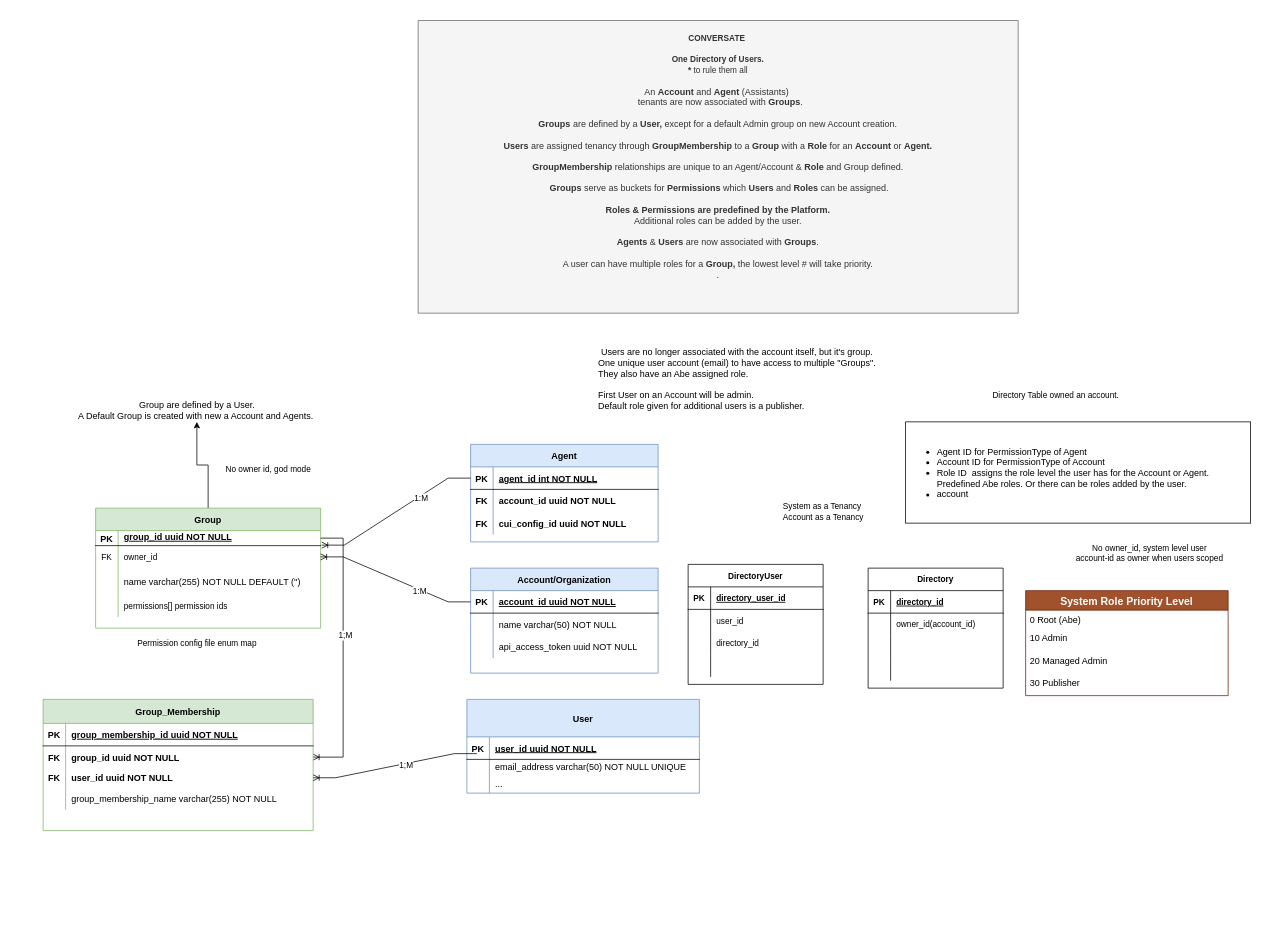
toyabeai/diagrams keeps this draw.io diagram as page "FinalDiagram" (1 of 6) of Untitled Diagram.drawio. Above is the earlier version. Source tidied: cells renumbered, new cells numbered last; positions are measured from the earlier drawing's top-left corner, leaving out a move shared by most shapes. Both pictures are drawn from the tidied source at 75%, with x=0, y=0 at pixel (43, 20).
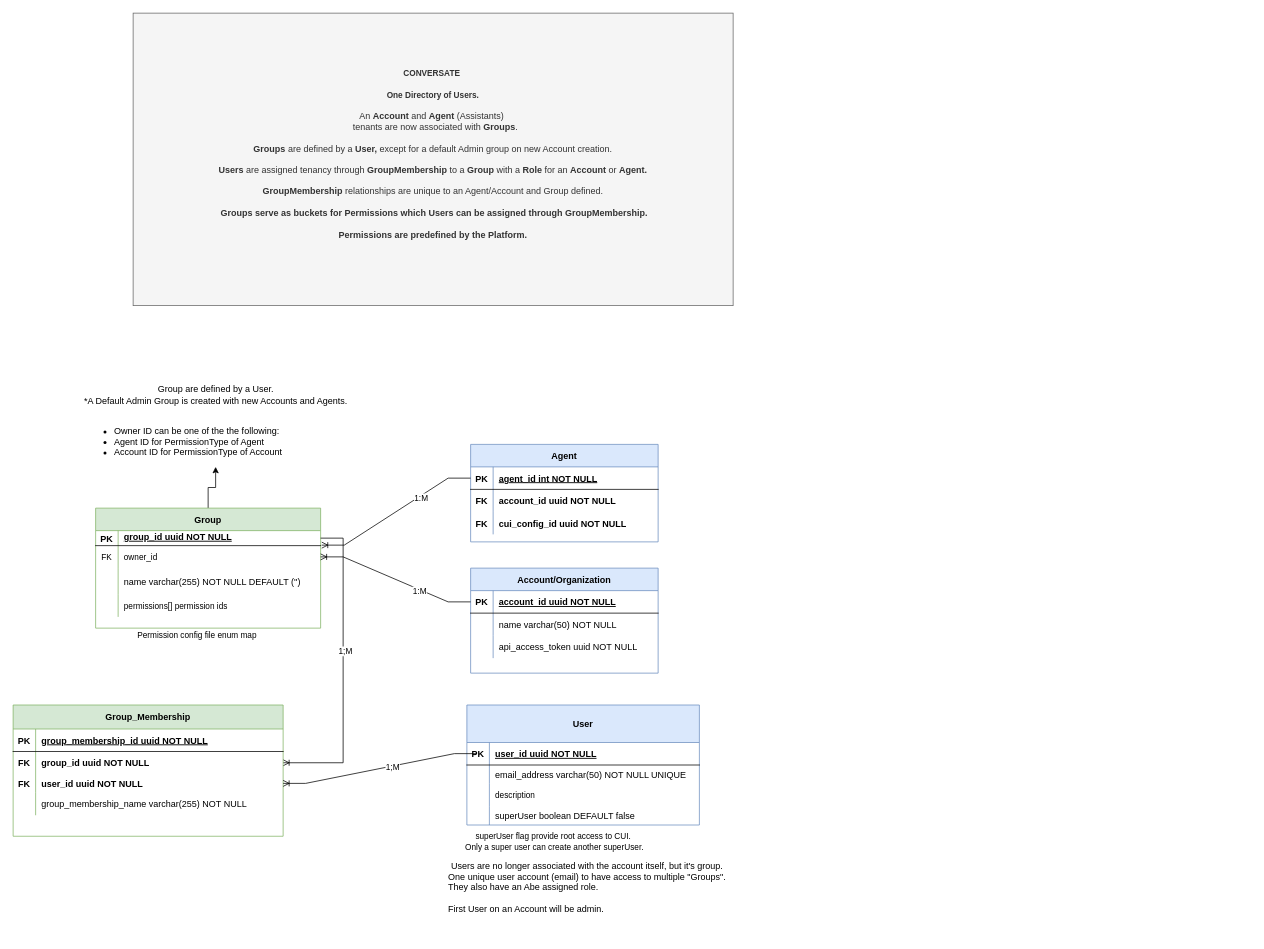
Above is the later version.

The edit, as a diff of the source:
```diff
@@
     <mxCell id="2" value="User" style="shape=table;startSize=50;childLayout=tableLayout;rowLines=0;fontStyle=1;align=center;fillColor=#dae8fc;strokeColor=#6c8ebf;" parent="1" vertex="1">
-      <mxGeometry x="565" y="905" width="310" height="125" as="geometry" />
+      <mxGeometry x="565" y="912.5" width="310" height="160" as="geometry" />
     </mxCell>
@@
     <mxCell id="6" style="shape=partialRectangle;fillColor=none;top=0;left=0;right=0;bottom=0;" parent="2" vertex="1">
-      <mxGeometry y="80" width="310" height="20" as="geometry" />
+      <mxGeometry y="80" width="310" height="25" as="geometry" />
     </mxCell>
     <mxCell id="7" style="shape=partialRectangle;overflow=hidden;fillColor=none;top=0;left=0;bottom=0;right=0;" parent="6" vertex="1">
-      <mxGeometry width="30" height="20" as="geometry" />
+      <mxGeometry width="30" height="25" as="geometry" />
     </mxCell>
     <mxCell id="8" value="email_address varchar(50) NOT NULL UNIQUE" style="shape=partialRectangle;overflow=hidden;fillColor=none;top=0;left=0;bottom=0;right=0;align=left;spacingLeft=6;" parent="6" vertex="1">
-      <mxGeometry x="30" width="280" height="20" as="geometry" />
+      <mxGeometry x="30" width="280" height="25" as="geometry" />
     </mxCell>
+    <mxCell id="108" style="shape=tableRow;horizontal=0;startSize=0;swimlaneHead=0;swimlaneBody=0;fillColor=none;top=0;left=0;right=0;bottom=0;fontSize=11;fontColor=#000000;" parent="2" vertex="1">
+      <mxGeometry y="105" width="310" height="30" as="geometry" />
+    </mxCell>
+    <mxCell id="109" style="shape=partialRectangle;fillColor=none;top=0;left=0;bottom=0;right=0;overflow=hidden;fontSize=11;fontColor=#000000;" parent="108" vertex="1">
+      <mxGeometry width="30" height="30" as="geometry" />
+    </mxCell>
+    <mxCell id="110" value="description" style="shape=partialRectangle;fillColor=none;top=0;left=0;bottom=0;right=0;align=left;spacingLeft=6;overflow=hidden;fontSize=11;fontColor=#000000;" parent="108" vertex="1">
+      <mxGeometry x="30" width="280" height="30" as="geometry" />
+    </mxCell>
     <mxCell id="9" style="shape=partialRectangle;fillColor=none;top=0;left=0;right=0;bottom=0;" parent="2" vertex="1">
-      <mxGeometry y="100" width="310" height="25" as="geometry" />
+      <mxGeometry y="135" width="310" height="25" as="geometry" />
     </mxCell>
@@
-    <mxCell id="11" value="..." style="shape=partialRectangle;overflow=hidden;fillColor=none;top=0;left=0;bottom=0;right=0;align=left;spacingLeft=6;" parent="9" vertex="1">
+    <mxCell id="11" value="superUser boolean DEFAULT false" style="shape=partialRectangle;overflow=hidden;fillColor=none;top=0;left=0;bottom=0;right=0;align=left;spacingLeft=6;" parent="9" vertex="1">
       <mxGeometry x="30" width="280" height="25" as="geometry" />
     </mxCell>
@@
-    <mxCell id="48" value="Group are defined by a User. &lt;br&gt;A Default Group is created with new a Account and Agents.&amp;nbsp;" style="text;html=1;align=center;verticalAlign=middle;points=[];strokeColor=none;fillColor=none;" parent="1" vertex="1">
-      <mxGeometry x="40" y="505" width="330" height="30" as="geometry" />
+    <mxCell id="48" value="Group are defined by a User.&lt;br&gt;*A Default Admin Group is created with new Accounts and Agents.&lt;br&gt;&lt;br&gt;&lt;ul style=&quot;text-align: left&quot;&gt;&lt;li&gt;Owner ID can be one of the the following:&lt;/li&gt;&lt;li&gt;&lt;span&gt; &lt;/span&gt;Agent ID for PermissionType of Agent&lt;/li&gt;&lt;li&gt;&lt;span&gt; &lt;/span&gt;Account ID for PermissionType of Account&lt;/li&gt;&lt;/ul&gt;" style="text;html=1;align=center;verticalAlign=middle;points=[];strokeColor=none;fillColor=none;" parent="1" vertex="1">
+      <mxGeometry x="45" y="485" width="370" height="110" as="geometry" />
     </mxCell>
-    <mxCell id="49" value="Users are no longer associated with the account itself, but it's group. &lt;br&gt;&lt;div style=&quot;text-align: left&quot;&gt;&lt;span&gt;One unique user account (email)&amp;nbsp;&lt;/span&gt;&lt;span&gt;to have access to multiple &quot;Groups&quot;.&lt;/span&gt;&lt;/div&gt;&lt;div style=&quot;text-align: left&quot;&gt;&lt;span&gt;They also have an Abe assigned role.&lt;/span&gt;&lt;/div&gt;&lt;div style=&quot;text-align: left&quot;&gt;&lt;br&gt;&lt;/div&gt;&lt;div style=&quot;text-align: left&quot;&gt;First User on an Account will be admin.&lt;br&gt;Default role given for additional users is a publisher.&lt;span&gt;&lt;br&gt;&lt;/span&gt;&lt;/div&gt;&lt;div style=&quot;text-align: left&quot;&gt;&lt;br&gt;&lt;/div&gt;" style="text;html=1;align=center;verticalAlign=middle;strokeColor=none;fillColor=none;" parent="1" vertex="1">
-      <mxGeometry x="730" y="435" width="390" height="100" as="geometry" />
+    <mxCell id="49" value="Users are no longer associated with the account itself, but it's group. &lt;br&gt;&lt;div style=&quot;text-align: left&quot;&gt;&lt;span&gt;One unique user account (email)&amp;nbsp;&lt;/span&gt;&lt;span&gt;to have access to multiple &quot;Groups&quot;.&lt;/span&gt;&lt;/div&gt;&lt;div style=&quot;text-align: left&quot;&gt;&lt;span&gt;They also have an Abe assigned role.&lt;/span&gt;&lt;/div&gt;&lt;div style=&quot;text-align: left&quot;&gt;&lt;br&gt;&lt;/div&gt;&lt;div style=&quot;text-align: left&quot;&gt;First User on an Account will be admin.&lt;br&gt;&lt;span&gt;&lt;br&gt;&lt;/span&gt;&lt;/div&gt;&lt;div style=&quot;text-align: left&quot;&gt;&lt;br&gt;&lt;/div&gt;" style="text;html=1;align=center;verticalAlign=middle;strokeColor=none;fillColor=none;" parent="1" vertex="1">
+      <mxGeometry x="530" y="1120" width="390" height="100" as="geometry" />
     </mxCell>
-    <mxCell id="50" value="&lt;b style=&quot;font-size: 11px&quot;&gt;&lt;span style=&quot;font-size: 11px&quot;&gt;CONVERSATE&amp;nbsp;&lt;/span&gt;&lt;br&gt;&lt;br&gt;&lt;span style=&quot;font-size: 11px&quot;&gt;One Directory of Users.&lt;/span&gt;&lt;br&gt;&lt;font style=&quot;font-size: 11px&quot;&gt;* &lt;/font&gt;&lt;/b&gt;&lt;font style=&quot;font-size: 11px&quot;&gt;to rule them all&lt;/font&gt;&lt;br&gt;&lt;br&gt;An &lt;b&gt;Account&lt;/b&gt;&amp;nbsp;and &lt;b&gt;Agent&lt;/b&gt;&amp;nbsp;(Assistants)&amp;nbsp;&lt;b&gt;&lt;br&gt;&amp;nbsp;&amp;nbsp;&lt;/b&gt;tenants are now associated with&amp;nbsp;&lt;b&gt;Groups&lt;/b&gt;.&lt;br&gt;&lt;br&gt;&lt;b&gt;Groups&amp;nbsp;&lt;/b&gt;are defined by a&amp;nbsp;&lt;b&gt;User,&amp;nbsp;&lt;/b&gt;except for a default Admin group on new Account creation.&lt;br&gt;&lt;br&gt;&lt;b&gt;Users&amp;nbsp;&lt;/b&gt;are assigned tenancy through&amp;nbsp;&lt;b&gt;GroupMembership&amp;nbsp;&lt;/b&gt;to a &lt;b&gt;Group&lt;/b&gt; with a&amp;nbsp;&lt;b&gt;Role &lt;/b&gt;for an&amp;nbsp;&lt;b&gt;Account&lt;/b&gt; or &lt;b&gt;Agent.&lt;br&gt;&lt;/b&gt;&lt;b&gt;&lt;br&gt;GroupMembership&amp;nbsp;&lt;/b&gt;relationships are&amp;nbsp;unique to an Agent/Account &amp;amp;&amp;nbsp;&lt;b&gt;Role&lt;/b&gt;&amp;nbsp;and Group defined.&lt;b&gt;&lt;br&gt;&lt;/b&gt;&lt;br&gt;&amp;nbsp;&lt;b&gt;Groups&lt;/b&gt; serve as buckets for&amp;nbsp;&lt;b&gt;Permissions&lt;/b&gt;&amp;nbsp;which &lt;b&gt;Users&lt;/b&gt; and&amp;nbsp;&lt;b&gt;Roles&lt;/b&gt; can be assigned.&lt;br&gt;&lt;b&gt;&lt;br&gt;Roles &amp;amp; Permissions&amp;nbsp;are predefined by the Platform.&lt;br&gt;&lt;/b&gt;Additional roles can be added by the user.&lt;br&gt;&lt;br&gt;&lt;b&gt;Agents&lt;/b&gt;&amp;nbsp;&amp;amp; &lt;b&gt;Users&amp;nbsp;&lt;/b&gt;are now associated with&amp;nbsp;&lt;b&gt;Groups&lt;/b&gt;.&lt;br&gt;&lt;br&gt;A user can have multiple roles for a &lt;b&gt;Group, &lt;/b&gt;the lowest level # will take priority.&lt;br&gt;.&lt;br&gt;&lt;br&gt;&lt;span style=&quot;color: rgb(0 , 0 , 0)&quot;&gt;&lt;br&gt;&lt;/span&gt;" style="whiteSpace=wrap;html=1;fillColor=#f5f5f5;strokeColor=#666666;fontColor=#333333;" parent="1" vertex="1">
-      <mxGeometry x="500" width="800" height="390" as="geometry" />
+    <mxCell id="50" value="&lt;b style=&quot;font-size: 11px&quot;&gt;&lt;span style=&quot;font-size: 11px&quot;&gt;CONVERSATE&amp;nbsp;&lt;/span&gt;&lt;br&gt;&lt;br&gt;&lt;span style=&quot;font-size: 11px&quot;&gt;One Directory of Users.&lt;/span&gt;&lt;/b&gt;&lt;br&gt;&lt;br&gt;An &lt;b&gt;Account&lt;/b&gt;&amp;nbsp;and &lt;b&gt;Agent&lt;/b&gt;&amp;nbsp;(Assistants)&amp;nbsp;&lt;b&gt;&lt;br&gt;&amp;nbsp;&amp;nbsp;&lt;/b&gt;tenants are now associated with&amp;nbsp;&lt;b&gt;Groups&lt;/b&gt;.&lt;br&gt;&lt;br&gt;&lt;b&gt;Groups&amp;nbsp;&lt;/b&gt;are defined by a&amp;nbsp;&lt;b&gt;User,&amp;nbsp;&lt;/b&gt;except for a default Admin group on new Account creation.&lt;br&gt;&lt;br&gt;&lt;b&gt;Users&amp;nbsp;&lt;/b&gt;are assigned tenancy through&amp;nbsp;&lt;b&gt;GroupMembership&amp;nbsp;&lt;/b&gt;to a &lt;b&gt;Group&lt;/b&gt; with a&amp;nbsp;&lt;b&gt;Role &lt;/b&gt;for an&amp;nbsp;&lt;b&gt;Account&lt;/b&gt; or &lt;b&gt;Agent.&lt;br&gt;&lt;/b&gt;&lt;b&gt;&lt;br&gt;GroupMembership&amp;nbsp;&lt;/b&gt;relationships are&amp;nbsp;unique to an Agent/Account&amp;nbsp;and Group defined.&lt;b&gt;&lt;br&gt;&lt;/b&gt;&lt;br&gt;&lt;b&gt;&amp;nbsp;Groups serve as buckets for&amp;nbsp;Permissions&amp;nbsp;which Users&amp;nbsp;can be assigned through GroupMembership.&lt;br&gt;&lt;br&gt;Permissions&amp;nbsp;are predefined by the Platform.&lt;/b&gt;&lt;br&gt;&lt;span style=&quot;color: rgb(0 , 0 , 0)&quot;&gt;&lt;br&gt;&lt;/span&gt;" style="whiteSpace=wrap;html=1;fillColor=#f5f5f5;strokeColor=#666666;fontColor=#333333;" parent="1" vertex="1">
+      <mxGeometry x="120" y="-10" width="800" height="390" as="geometry" />
     </mxCell>
@@
-    <mxCell id="54" value="System Role Priority Level" style="swimlane;fontStyle=1;horizontal=1;startSize=26;align=center;fontSize=14;fillColor=#a0522d;strokeColor=#6D1F00;fontColor=#ffffff;" parent="1" vertex="1">
-      <mxGeometry x="1310" y="760" width="270" height="140" as="geometry" />
-    </mxCell>
-    <mxCell id="55" value="0 Root (Abe)" style="text;spacingLeft=4;spacingRight=4;overflow=hidden;fontSize=12;" parent="54" vertex="1">
-      <mxGeometry y="26" width="270" height="24" as="geometry" />
-    </mxCell>
-    <mxCell id="56" value="10 Admin &#10;&#10;" style="text;spacingLeft=4;spacingRight=4;overflow=hidden;fontSize=12;" parent="54" vertex="1">
-      <mxGeometry y="50" width="270" height="30" as="geometry" />
-    </mxCell>
-    <mxCell id="57" value="20 Managed Admin" style="text;spacingLeft=4;spacingRight=4;overflow=hidden;fontSize=12;" parent="54" vertex="1">
-      <mxGeometry y="80" width="270" height="30" as="geometry" />
-    </mxCell>
-    <mxCell id="58" value="30 Publisher&#10;" style="text;spacingLeft=4;spacingRight=4;overflow=hidden;fontSize=12;" parent="54" vertex="1">
-      <mxGeometry y="110" width="270" height="30" as="geometry" />
-    </mxCell>
-    <mxCell id="59" value="&lt;ul&gt;&lt;li&gt;&lt;span&gt;Agent ID for PermissionType of Agent&lt;/span&gt;&lt;/li&gt;&lt;li&gt;&lt;span&gt;Account ID for PermissionType of Account&lt;/span&gt;&lt;/li&gt;&lt;li&gt;Role ID&amp;nbsp; assigns the role level the user has for the Account or Agent. Predefined Abe roles. Or there can be roles added by the user.&lt;/li&gt;&lt;li&gt;account&lt;/li&gt;&lt;/ul&gt;" style="rounded=0;whiteSpace=wrap;html=1;fontColor=#000000;fillColor=default;align=left;" parent="1" vertex="1">
-      <mxGeometry x="1150" y="535" width="460" height="135" as="geometry" />
-    </mxCell>
-    <mxCell id="60" value="No owner id, god mode&lt;br&gt;" style="text;html=1;align=center;verticalAlign=middle;strokeColor=none;fillColor=none;fontSize=11;fontColor=#000000;" parent="1" vertex="1">
-      <mxGeometry x="235" y="587.5" width="130" height="20" as="geometry" />
-    </mxCell>
     <mxCell id="61" value="Permission config file enum map" style="text;html=1;align=center;verticalAlign=middle;strokeColor=none;fillColor=none;fontSize=11;fontColor=#000000;" parent="1" vertex="1">
-      <mxGeometry x="120" y="820" width="170" height="20" as="geometry" />
+      <mxGeometry x="120" y="810" width="170" height="20" as="geometry" />
     </mxCell>
-    <mxCell id="62" value="System as a Tenancy&amp;nbsp;&lt;br&gt;Account as a Tenancy&lt;br&gt;" style="text;html=1;align=center;verticalAlign=middle;strokeColor=none;fillColor=none;fontSize=11;fontColor=#000000;" parent="1" vertex="1">
-      <mxGeometry x="980" y="640" width="120" height="30" as="geometry" />
-    </mxCell>
-    <mxCell id="63" value="Directory Table owned an account.&lt;br&gt;" style="text;html=1;align=center;verticalAlign=middle;strokeColor=none;fillColor=none;fontSize=11;fontColor=#000000;" parent="1" vertex="1">
-      <mxGeometry x="1260" y="490" width="180" height="20" as="geometry" />
-    </mxCell>
-    <mxCell id="64" value="Directory" style="shape=table;startSize=30;childLayout=tableLayout;rowLines=0;fontStyle=1;align=center;fontSize=11;fontColor=#000000;fillColor=default;" parent="1" vertex="1">
-      <mxGeometry x="1100" y="730" width="180" height="160" as="geometry" />
-    </mxCell>
-    <mxCell id="65" style="shape=tableRow;horizontal=0;startSize=0;swimlaneHead=0;swimlaneBody=0;fillColor=none;top=0;left=0;right=0;bottom=1;fontSize=11;fontColor=#000000;" parent="64" vertex="1">
-      <mxGeometry y="30" width="180" height="30" as="geometry" />
-    </mxCell>
-    <mxCell id="66" value="PK" style="shape=partialRectangle;fillColor=none;top=0;left=0;bottom=0;right=0;fontStyle=1;overflow=hidden;fontSize=11;fontColor=#000000;" parent="65" vertex="1">
-      <mxGeometry width="30" height="30" as="geometry" />
-    </mxCell>
-    <mxCell id="67" value="directory_id" style="shape=partialRectangle;fillColor=none;top=0;left=0;bottom=0;right=0;align=left;spacingLeft=6;fontStyle=5;overflow=hidden;fontSize=11;fontColor=#000000;" parent="65" vertex="1">
-      <mxGeometry x="30" width="150" height="30" as="geometry" />
-    </mxCell>
-    <mxCell id="68" style="shape=tableRow;horizontal=0;startSize=0;swimlaneHead=0;swimlaneBody=0;fillColor=none;top=0;left=0;right=0;bottom=0;fontSize=11;fontColor=#000000;" parent="64" vertex="1">
-      <mxGeometry y="60" width="180" height="30" as="geometry" />
-    </mxCell>
-    <mxCell id="69" style="shape=partialRectangle;fillColor=none;top=0;left=0;bottom=0;right=0;overflow=hidden;fontSize=11;fontColor=#000000;" parent="68" vertex="1">
-      <mxGeometry width="30" height="30" as="geometry" />
-    </mxCell>
-    <mxCell id="70" value="owner_id(account_id)" style="shape=partialRectangle;fillColor=none;top=0;left=0;bottom=0;right=0;align=left;spacingLeft=6;overflow=hidden;fontSize=11;fontColor=#000000;" parent="68" vertex="1">
-      <mxGeometry x="30" width="150" height="30" as="geometry" />
-    </mxCell>
-    <mxCell id="71" style="shape=tableRow;horizontal=0;startSize=0;swimlaneHead=0;swimlaneBody=0;fillColor=none;top=0;left=0;right=0;bottom=0;fontSize=11;fontColor=#000000;" parent="64" vertex="1">
-      <mxGeometry y="90" width="180" height="30" as="geometry" />
-    </mxCell>
-    <mxCell id="72" style="shape=partialRectangle;fillColor=none;top=0;left=0;bottom=0;right=0;overflow=hidden;fontSize=11;fontColor=#000000;" parent="71" vertex="1">
-      <mxGeometry width="30" height="30" as="geometry" />
-    </mxCell>
-    <mxCell id="73" style="shape=partialRectangle;fillColor=none;top=0;left=0;bottom=0;right=0;align=left;spacingLeft=6;overflow=hidden;fontSize=11;fontColor=#000000;" parent="71" vertex="1">
-      <mxGeometry x="30" width="150" height="30" as="geometry" />
-    </mxCell>
-    <mxCell id="74" style="shape=tableRow;horizontal=0;startSize=0;swimlaneHead=0;swimlaneBody=0;fillColor=none;top=0;left=0;right=0;bottom=0;fontSize=11;fontColor=#000000;" parent="64" vertex="1">
-      <mxGeometry y="120" width="180" height="30" as="geometry" />
-    </mxCell>
-    <mxCell id="75" style="shape=partialRectangle;fillColor=none;top=0;left=0;bottom=0;right=0;overflow=hidden;fontSize=11;fontColor=#000000;" parent="74" vertex="1">
-      <mxGeometry width="30" height="30" as="geometry" />
-    </mxCell>
-    <mxCell id="76" style="shape=partialRectangle;fillColor=none;top=0;left=0;bottom=0;right=0;align=left;spacingLeft=6;overflow=hidden;fontSize=11;fontColor=#000000;" parent="74" vertex="1">
-      <mxGeometry x="30" width="150" height="30" as="geometry" />
-    </mxCell>
-    <mxCell id="77" value="DirectoryUser" style="shape=table;startSize=30;childLayout=tableLayout;rowLines=0;fontStyle=1;align=center;fontSize=11;fontColor=#000000;fillColor=default;" parent="1" vertex="1">
-      <mxGeometry x="860" y="725" width="180" height="160" as="geometry" />
-    </mxCell>
-    <mxCell id="78" style="shape=tableRow;horizontal=0;startSize=0;swimlaneHead=0;swimlaneBody=0;fillColor=none;top=0;left=0;right=0;bottom=1;fontSize=11;fontColor=#000000;" parent="77" vertex="1">
-      <mxGeometry y="30" width="180" height="30" as="geometry" />
-    </mxCell>
-    <mxCell id="79" value="PK" style="shape=partialRectangle;fillColor=none;top=0;left=0;bottom=0;right=0;fontStyle=1;overflow=hidden;fontSize=11;fontColor=#000000;" parent="78" vertex="1">
-      <mxGeometry width="30" height="30" as="geometry" />
-    </mxCell>
-    <mxCell id="80" value="directory_user_id" style="shape=partialRectangle;fillColor=none;top=0;left=0;bottom=0;right=0;align=left;spacingLeft=6;fontStyle=5;overflow=hidden;fontSize=11;fontColor=#000000;" parent="78" vertex="1">
-      <mxGeometry x="30" width="150" height="30" as="geometry" />
-    </mxCell>
-    <mxCell id="81" style="shape=tableRow;horizontal=0;startSize=0;swimlaneHead=0;swimlaneBody=0;fillColor=none;top=0;left=0;right=0;bottom=0;fontSize=11;fontColor=#000000;" parent="77" vertex="1">
-      <mxGeometry y="60" width="180" height="30" as="geometry" />
-    </mxCell>
-    <mxCell id="82" style="shape=partialRectangle;fillColor=none;top=0;left=0;bottom=0;right=0;overflow=hidden;fontSize=11;fontColor=#000000;" parent="81" vertex="1">
-      <mxGeometry width="30" height="30" as="geometry" />
-    </mxCell>
-    <mxCell id="83" value="user_id" style="shape=partialRectangle;fillColor=none;top=0;left=0;bottom=0;right=0;align=left;spacingLeft=6;overflow=hidden;fontSize=11;fontColor=#000000;" parent="81" vertex="1">
-      <mxGeometry x="30" width="150" height="30" as="geometry" />
-    </mxCell>
-    <mxCell id="84" style="shape=tableRow;horizontal=0;startSize=0;swimlaneHead=0;swimlaneBody=0;fillColor=none;top=0;left=0;right=0;bottom=0;fontSize=11;fontColor=#000000;" parent="77" vertex="1">
-      <mxGeometry y="90" width="180" height="30" as="geometry" />
-    </mxCell>
-    <mxCell id="85" style="shape=partialRectangle;fillColor=none;top=0;left=0;bottom=0;right=0;overflow=hidden;fontSize=11;fontColor=#000000;" parent="84" vertex="1">
-      <mxGeometry width="30" height="30" as="geometry" />
-    </mxCell>
-    <mxCell id="86" value="directory_id" style="shape=partialRectangle;fillColor=none;top=0;left=0;bottom=0;right=0;align=left;spacingLeft=6;overflow=hidden;fontSize=11;fontColor=#000000;" parent="84" vertex="1">
-      <mxGeometry x="30" width="150" height="30" as="geometry" />
-    </mxCell>
-    <mxCell id="87" style="shape=tableRow;horizontal=0;startSize=0;swimlaneHead=0;swimlaneBody=0;fillColor=none;top=0;left=0;right=0;bottom=0;fontSize=11;fontColor=#000000;" parent="77" vertex="1">
-      <mxGeometry y="120" width="180" height="30" as="geometry" />
-    </mxCell>
-    <mxCell id="88" style="shape=partialRectangle;fillColor=none;top=0;left=0;bottom=0;right=0;overflow=hidden;fontSize=11;fontColor=#000000;" parent="87" vertex="1">
-      <mxGeometry width="30" height="30" as="geometry" />
-    </mxCell>
-    <mxCell id="89" style="shape=partialRectangle;fillColor=none;top=0;left=0;bottom=0;right=0;align=left;spacingLeft=6;overflow=hidden;fontSize=11;fontColor=#000000;" parent="87" vertex="1">
-      <mxGeometry x="30" width="150" height="30" as="geometry" />
-    </mxCell>
-    <mxCell id="90" value="No owner_id, system level user&lt;br&gt;account-id as owner when users scoped" style="text;html=1;align=center;verticalAlign=middle;strokeColor=none;fillColor=none;fontSize=11;fontColor=#000000;" parent="1" vertex="1">
-      <mxGeometry x="1370" y="695" width="210" height="30" as="geometry" />
-    </mxCell>
     <mxCell id="91" value="Group_Membership" style="shape=table;startSize=32;childLayout=tableLayout;rowLines=0;fontStyle=1;align=center;fillColor=#d5e8d4;strokeColor=#82b366;" parent="1" vertex="1">
-      <mxGeometry y="905" width="360" height="175" as="geometry" />
+      <mxGeometry x="-40" y="912.5" width="360" height="175" as="geometry" />
     </mxCell>
@@
+    <mxCell id="111" value="superUser flag provide root access to CUI.&lt;br&gt;&amp;nbsp;Only a super user can create another superUser." style="text;html=1;align=center;verticalAlign=middle;strokeColor=none;fillColor=none;fontSize=11;fontColor=#000000;" parent="1" vertex="1">
+      <mxGeometry x="550" y="1080" width="260" height="30" as="geometry" />
+    </mxCell>
```
